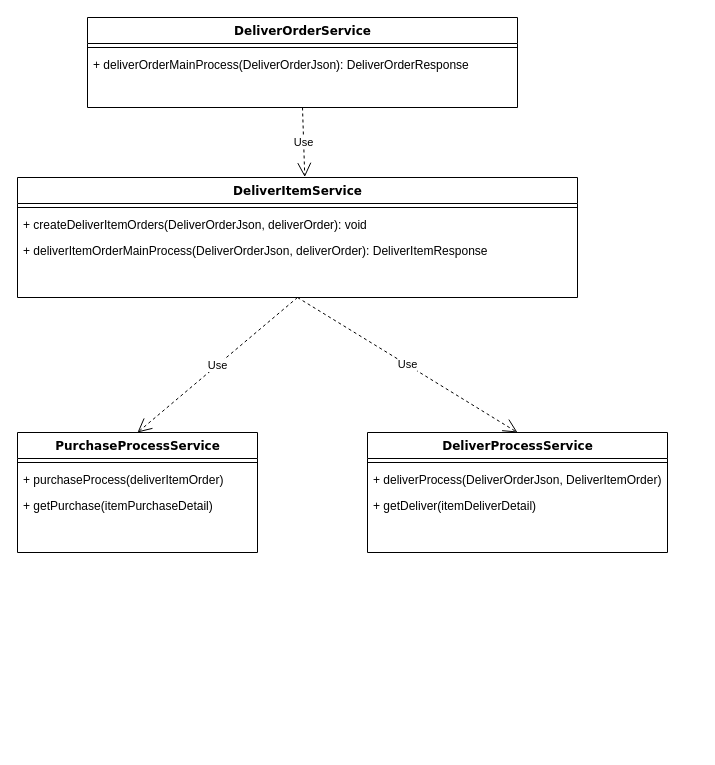
The draw.io diagram 未命名绘图.drawio in Johnny1110/my_tmp, before the edit. Source tidied: cells renumbered, new cells numbered last; positions are measured from the earlier drawing's top-left corner, leaving out a move shared by most shapes. Both pictures are drawn from the tidied source at 100%, with x=0, y=0 at pixel (17, 17).
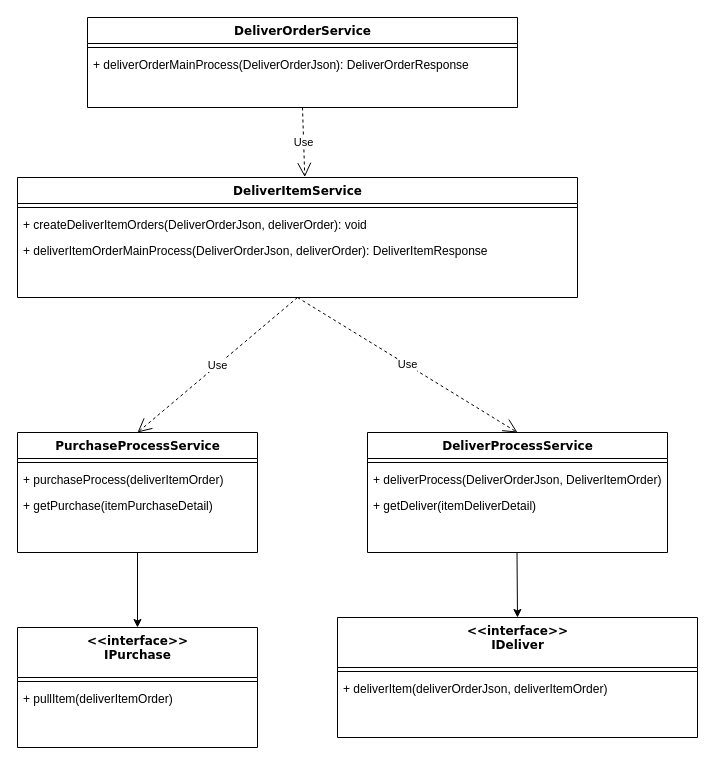
Above is the later version.

Commit message:
更新未命名绘图.drawio

The change refers to these unchanged cells:
```xml
<mxCell id="14" value="PurchaseProcessService" style="swimlane;html=1;fontStyle=1;align=center;verticalAlign=top;horizontal=1;startSize=26;swimlaneFillColor=#ffffff;rounded=0;shadow=0;comic=0;labelBackgroundColor=none;strokeWidth=1;fillColor=none;fontFamily=Verdana;fontSize=12;" parent="1" vertex="1">
  <mxGeometry y="415" width="240" height="120" as="geometry" />
</mxCell>
```

Change to the diagram source:
```diff
@@
+    <mxCell id="20" value="&amp;lt;&amp;lt;interface&amp;gt;&amp;gt;&lt;br&gt;IPurchase" style="swimlane;html=1;fontStyle=1;align=center;verticalAlign=top;horizontal=1;startSize=50;swimlaneFillColor=#ffffff;rounded=0;shadow=0;comic=0;labelBackgroundColor=none;strokeWidth=1;fillColor=none;fontFamily=Verdana;fontSize=12;" parent="1" vertex="1">
+      <mxGeometry y="610" width="240" height="120" as="geometry" />
+    </mxCell>
+    <mxCell id="21" style="line;html=1;strokeWidth=1;fillColor=none;align=left;verticalAlign=middle;spacingTop=-1;spacingLeft=3;spacingRight=3;labelPosition=right;" parent="20" vertex="1">
+      <mxGeometry y="50" width="240" height="8" as="geometry" />
+    </mxCell>
+    <mxCell id="22" value="+ pullItem(deliverItemOrder)" style="text;html=1;strokeColor=none;fillColor=none;align=left;verticalAlign=top;spacingLeft=4;spacingRight=4;whiteSpace=wrap;overflow=hidden;" parent="20" vertex="1">
+      <mxGeometry y="58" width="240" height="26" as="geometry" />
+    </mxCell>
+    <mxCell id="23" value="&amp;lt;&amp;lt;interface&amp;gt;&amp;gt;&lt;br&gt;IDeliver" style="swimlane;html=1;fontStyle=1;align=center;verticalAlign=top;horizontal=1;startSize=50;swimlaneFillColor=#ffffff;rounded=0;shadow=0;comic=0;labelBackgroundColor=none;strokeWidth=1;fillColor=none;fontFamily=Verdana;fontSize=12;" parent="1" vertex="1">
+      <mxGeometry x="320" y="600" width="360" height="120" as="geometry" />
+    </mxCell>
+    <mxCell id="24" style="line;html=1;strokeWidth=1;fillColor=none;align=left;verticalAlign=middle;spacingTop=-1;spacingLeft=3;spacingRight=3;labelPosition=right;" parent="23" vertex="1">
+      <mxGeometry y="50" width="360" height="8" as="geometry" />
+    </mxCell>
+    <mxCell id="25" value="+ deliverItem(deliverOrderJson, deliverItemOrder)" style="text;html=1;strokeColor=none;fillColor=none;align=left;verticalAlign=top;spacingLeft=4;spacingRight=4;whiteSpace=wrap;overflow=hidden;" parent="23" vertex="1">
+      <mxGeometry y="58" width="360" height="26" as="geometry" />
+    </mxCell>
+    <mxCell id="26" style="endArrow=classic;html=1;rounded=0;exitX=0.5;exitY=1;exitDx=0;exitDy=0;entryX=0.5;entryY=0;entryDx=0;entryDy=0;" parent="1" edge="1" source="14" target="20">
+      <mxGeometry relative="1" as="geometry" />
+    </mxCell>
+    <mxCell id="27" style="endArrow=classic;html=1;rounded=0;exitX=0.5;exitY=1;exitDx=0;exitDy=0;entryX=0.5;entryY=0;entryDx=0;entryDy=0;" parent="1" edge="1" target="23">
+      <mxGeometry relative="1" as="geometry">
+        <mxPoint x="499.5" y="535" as="sourcePoint" />
+      </mxGeometry>
+    </mxCell>
```
